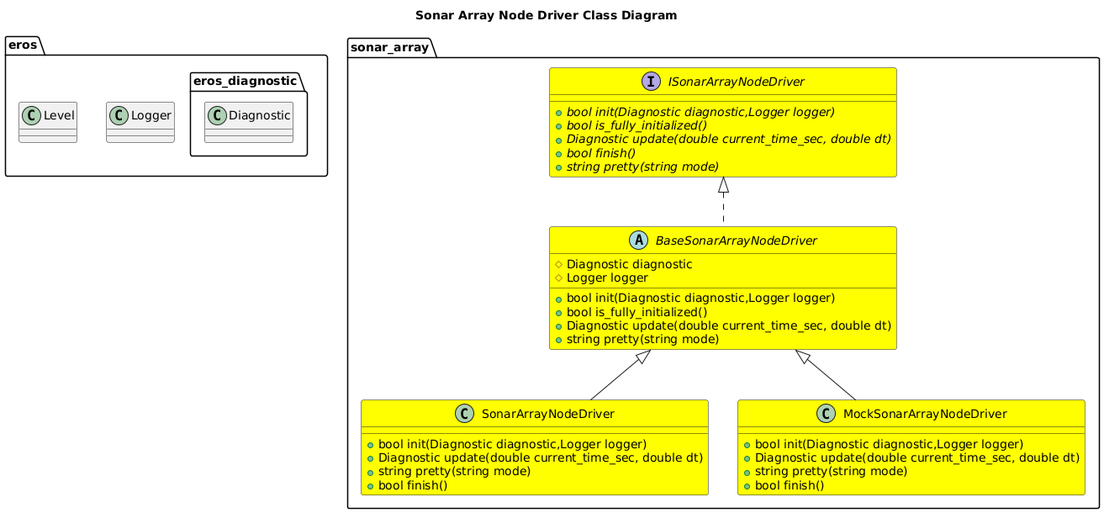
Earlier version of the PlantUML export nodes/SonarArrayNode/driver/doc/output/SonarArrayNodeDriverClassDiagram.png (fastrobotics/sonar_array).
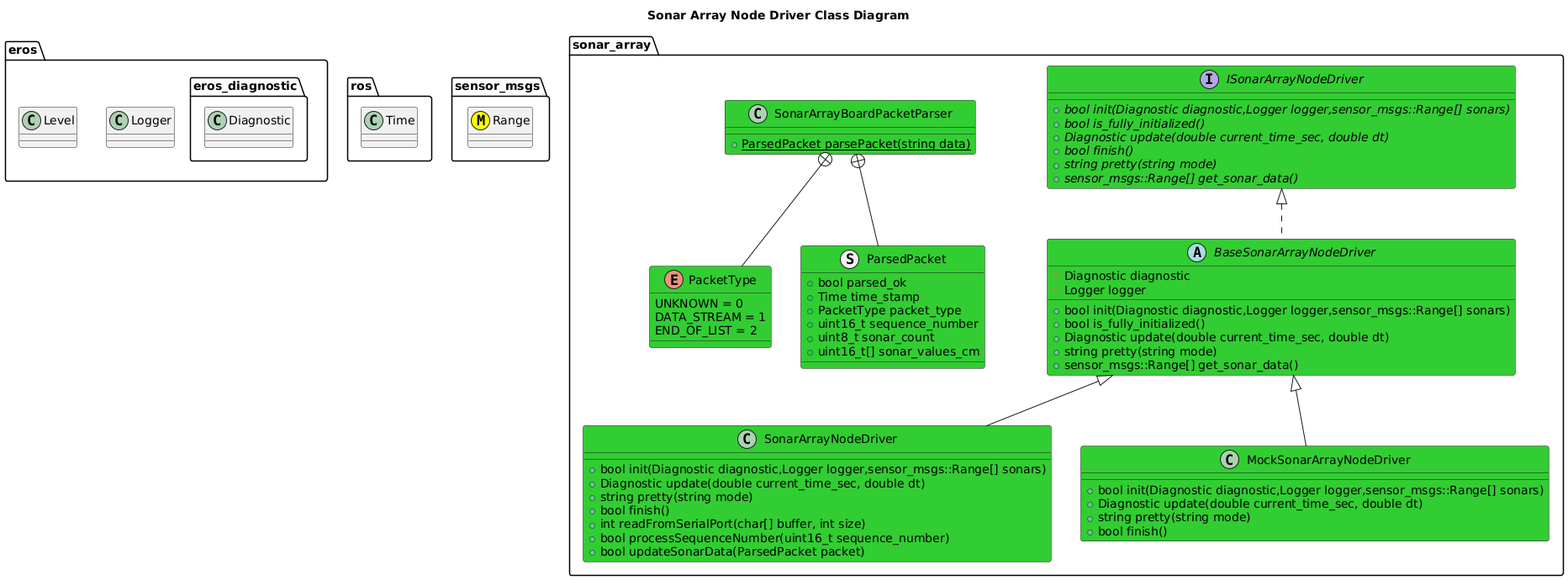
Later version of the same file.

Change to the diagram source:
```diff
@@ -7,40 +7,68 @@
         class Diagnostic
     }
 }
-
-
+package ros {
+    class Time
+}
+package sensor_msgs {
+    class Range <<(M,#FFFF00)>>
+}
 namespace sonar_array {
-    interface ISonarArrayNodeDriver #Yellow {
-        +{abstract} bool init(Diagnostic diagnostic,Logger logger)
+    interface ISonarArrayNodeDriver #LimeGreen {
+        +{abstract} bool init(Diagnostic diagnostic,Logger logger,sensor_msgs::Range[] sonars)
         +{abstract} bool is_fully_initialized()
         +{abstract} Diagnostic update(double current_time_sec, double dt)
         +{abstract} bool finish()
         +{abstract} string pretty(string mode)
+        +{abstract} sensor_msgs::Range[] get_sonar_data()
     }
-    abstract BaseSonarArrayNodeDriver #Yellow {
-        +bool init(Diagnostic diagnostic,Logger logger)
+    abstract BaseSonarArrayNodeDriver #LimeGreen {
+        +bool init(Diagnostic diagnostic,Logger logger,sensor_msgs::Range[] sonars)
         +bool is_fully_initialized()
         +Diagnostic update(double current_time_sec, double dt)
         +string pretty(string mode)
+        +sensor_msgs::Range[] get_sonar_data()
         #Diagnostic diagnostic
         #Logger logger
 
     }
     ISonarArrayNodeDriver <|.. BaseSonarArrayNodeDriver
-    class SonarArrayNodeDriver #Yellow {
-        +bool init(Diagnostic diagnostic,Logger logger)
+    class SonarArrayNodeDriver #LimeGreen {
+        +bool init(Diagnostic diagnostic,Logger logger,sensor_msgs::Range[] sonars)
         +Diagnostic update(double current_time_sec, double dt)
         +string pretty(string mode)
         +bool finish()
+        +int readFromSerialPort(char[] buffer, int size)
+        +bool processSequenceNumber(uint16_t sequence_number)
+        +bool updateSonarData(ParsedPacket packet)
     }
     BaseSonarArrayNodeDriver <|-- SonarArrayNodeDriver
-    class MockSonarArrayNodeDriver #Yellow {
-        +bool init(Diagnostic diagnostic,Logger logger)
+    class MockSonarArrayNodeDriver #LimeGreen {
+        +bool init(Diagnostic diagnostic,Logger logger,sensor_msgs::Range[] sonars)
         +Diagnostic update(double current_time_sec, double dt)
         +string pretty(string mode)
         +bool finish()
     }
     BaseSonarArrayNodeDriver <|-- MockSonarArrayNodeDriver
 
+    enum PacketType #LimeGreen {
+        UNKNOWN = 0
+        DATA_STREAM = 1
+        END_OF_LIST = 2
+    }
+    struct ParsedPacket #LimeGreen {
+        +bool parsed_ok
+        +Time time_stamp
+        +PacketType packet_type
+        +uint16_t sequence_number
+        +uint8_t sonar_count
+        +uint16_t[] sonar_values_cm
+    }
+    SonarArrayBoardPacketParser +-- ParsedPacket
+    SonarArrayBoardPacketParser +-- PacketType
+    class SonarArrayBoardPacketParser #LimeGreen {
+        +{static} ParsedPacket parsePacket(string data)
+    }
+
 }
 @enduml
```
